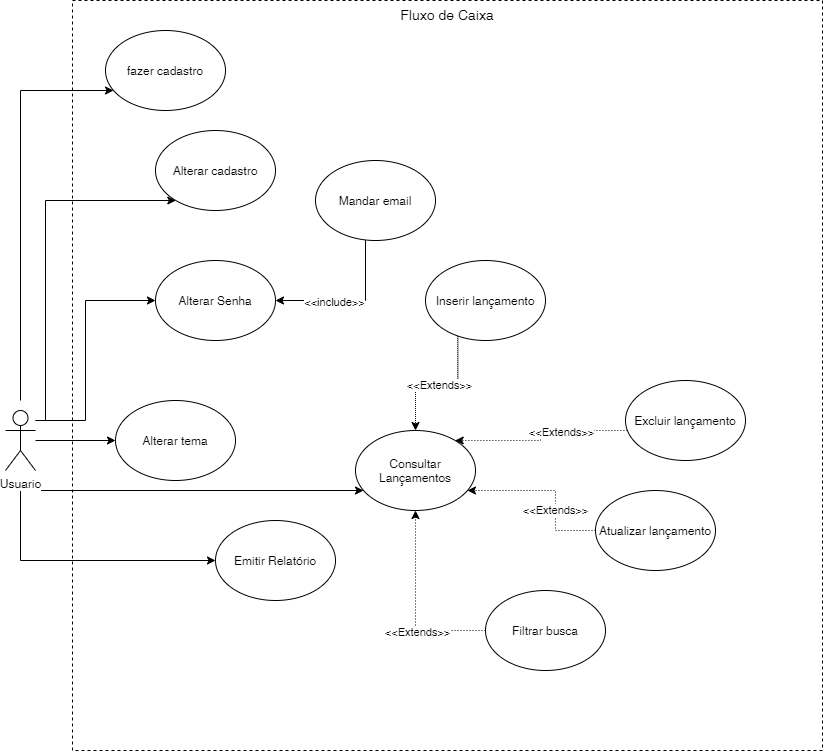
Before: Diagramas/CasoUso_Despesa_Facil.png, a diagram exported from draw.io (flaviosenne/despesa-facil). Source tidied: cells renumbered, new cells last; positions are measured from the earlier drawing's top-left corner, leaving out a move shared by most shapes.
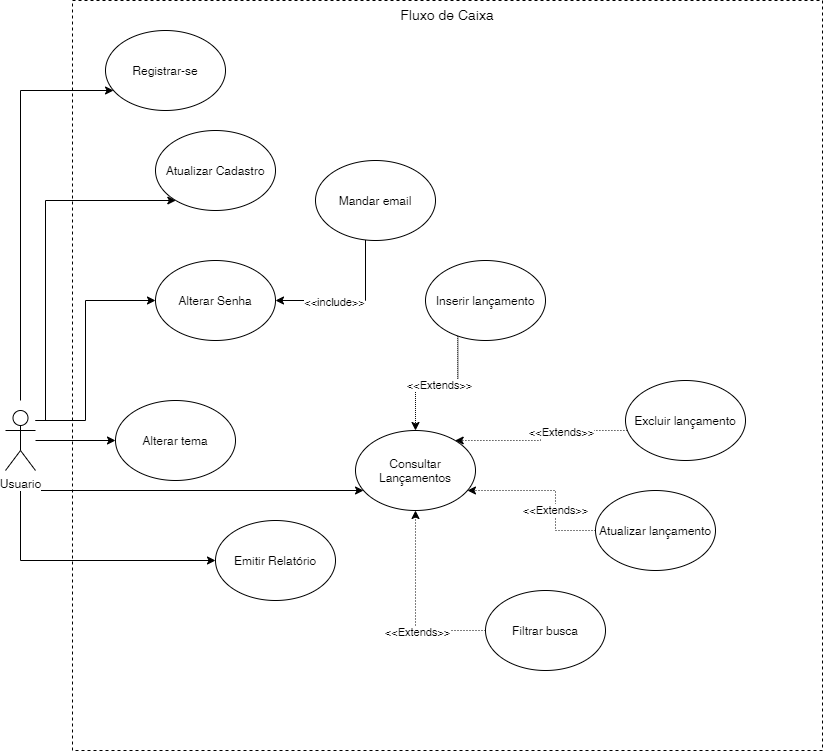
The same file after the commit.

Commit message:
refactor documentation TG for ABNT format

Change to the diagram source:
```diff
@@ -48,7 +48,7 @@
     <mxCell id="8" value="Usuario" style="shape=umlActor;verticalLabelPosition=bottom;labelBackgroundColor=#ffffff;verticalAlign=top;html=1;outlineConnect=0;" parent="1" vertex="1">
       <mxGeometry y="410" width="30" height="60" as="geometry" />
     </mxCell>
-    <mxCell id="9" value="fazer cadastro" style="ellipse;whiteSpace=wrap;html=1;" parent="1" vertex="1">
+    <mxCell id="9" value="Registrar-se" style="ellipse;whiteSpace=wrap;html=1;" parent="1" vertex="1">
       <mxGeometry x="100" y="30" width="120" height="80" as="geometry" />
     </mxCell>
     <mxCell id="10" value="Alterar tema" style="ellipse;whiteSpace=wrap;html=1;" parent="1" vertex="1">
@@ -117,7 +117,7 @@
         </Array>
       </mxGeometry>
     </mxCell>
-    <mxCell id="25" value="Alterar cadastro" style="ellipse;whiteSpace=wrap;html=1;" parent="1" vertex="1">
+    <mxCell id="25" value="Atualizar Cadastro" style="ellipse;whiteSpace=wrap;html=1;" parent="1" vertex="1">
       <mxGeometry x="150" y="130" width="120" height="80" as="geometry" />
     </mxCell>
     <mxCell id="26" value="Alterar Senha" style="ellipse;whiteSpace=wrap;html=1;" parent="1" vertex="1">
```
